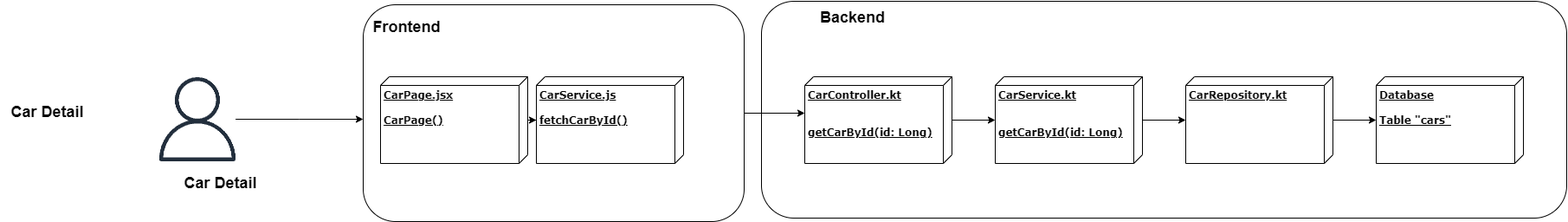
Before: assets/Architecture.png, a diagram exported from draw.io (Tip-Grupo-6/kuruma-docs). Source tidied: cells renumbered, new cells last; positions are measured from the earlier drawing's top-left corner, leaving out a move shared by most shapes.
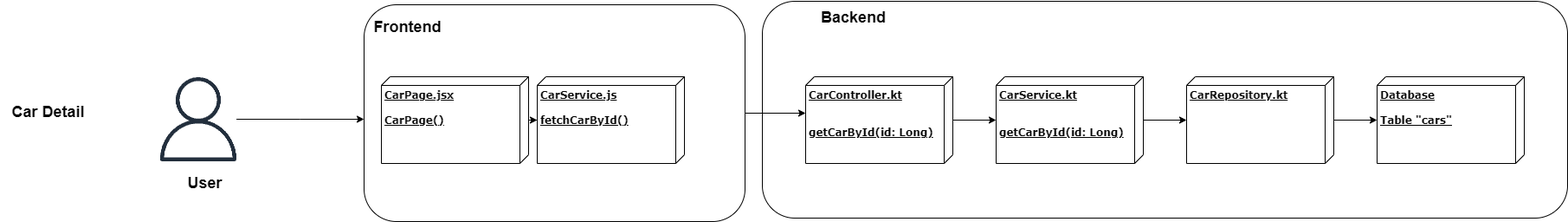
Above is the later version.

Commit message:
Upadte Architecture and UML

The edit, as a diff of the source:
```diff
@@ -63,8 +63,8 @@
     <mxCell id="19" style="sketch=0;outlineConnect=0;fontColor=#232F3E;gradientColor=none;fillColor=#232F3D;strokeColor=none;dashed=0;verticalLabelPosition=bottom;verticalAlign=top;align=center;html=1;fontSize=12;fontStyle=0;shape=mxgraph.aws4.user;" parent="1" vertex="1">
       <mxGeometry x="180" y="88.5" width="97" height="97" as="geometry" />
     </mxCell>
-    <mxCell id="20" value="&lt;b&gt;&lt;font style=&quot;font-size: 18px;&quot;&gt;Car Detail&lt;/font&gt;&lt;/b&gt;" style="text;html=1;align=center;verticalAlign=middle;strokeColor=none;fillColor=none;" parent="1" vertex="1">
-      <mxGeometry x="200" y="191" width="110" height="40" as="geometry" />
+    <mxCell id="20" value="&lt;span style=&quot;font-size: 18px;&quot;&gt;&lt;b&gt;User&lt;/b&gt;&lt;/span&gt;" style="text;html=1;align=center;verticalAlign=middle;strokeColor=none;fillColor=none;" parent="1" vertex="1">
+      <mxGeometry x="206" y="191" width="60" height="40" as="geometry" />
     </mxCell>
   </root>
 </mxGraphModel>
```
